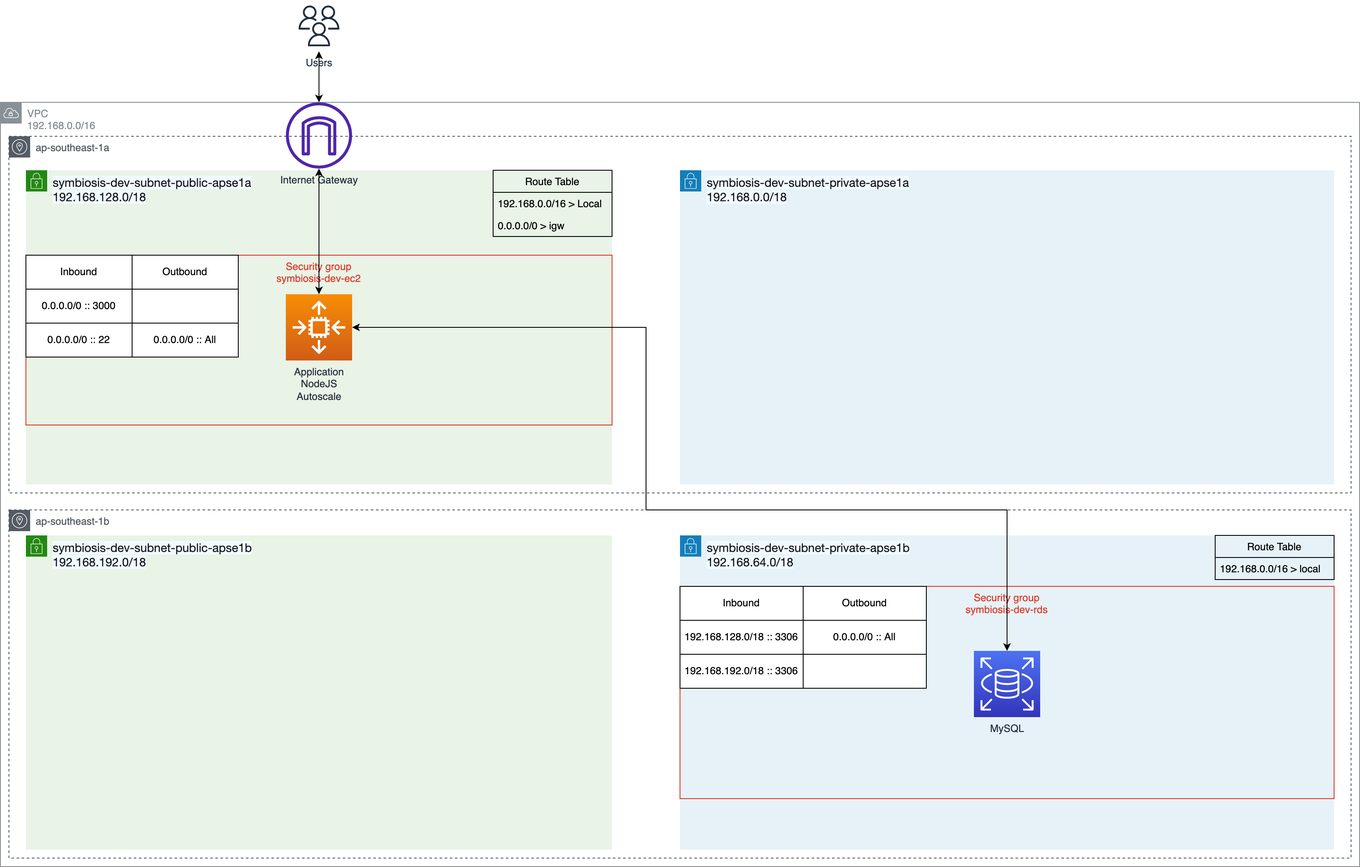
The draw.io diagram diagram/symbiosis_infra_current.drawio.png in wathian/devops_playground, before a commit. Source tidied: cells renumbered, new cells last; positions are measured from the earlier drawing's top-left corner, leaving out a move shared by most shapes. Its diagram source:
```xml
<mxGraphModel>
  <root>
    <mxCell id="0" />
    <mxCell id="1" parent="0" />
    <mxCell id="2" value="VPC&lt;br&gt;192.168.0.0/16" style="sketch=0;gradientColor=none;html=1;whiteSpace=wrap;fontSize=12;fontStyle=0;shape=mxgraph.aws4.group;grIcon=mxgraph.aws4.group_vpc;strokeColor=#879196;fillColor=none;verticalAlign=top;align=left;spacingLeft=30;fontColor=#879196;dashed=0;" parent="1" vertex="1">
      <mxGeometry y="120" width="1600" height="900" as="geometry" />
    </mxCell>
    <mxCell id="3" value="ap-southeast-1a" style="sketch=0;gradientColor=none;html=1;whiteSpace=wrap;fontSize=12;fontStyle=0;shape=mxgraph.aws4.group;grIcon=mxgraph.aws4.group_availability_zone;strokeColor=#545B64;fillColor=none;verticalAlign=top;align=left;spacingLeft=30;fontColor=#545B64;dashed=1;" parent="1" vertex="1">
      <mxGeometry x="10" y="160" width="1580" height="420" as="geometry" />
    </mxCell>
    <mxCell id="4" value="ap-southeast-1b" style="sketch=0;gradientColor=none;html=1;whiteSpace=wrap;fontSize=12;fontStyle=0;shape=mxgraph.aws4.group;grIcon=mxgraph.aws4.group_availability_zone;strokeColor=#545B64;fillColor=none;verticalAlign=top;align=left;spacingLeft=30;fontColor=#545B64;dashed=1;" parent="1" vertex="1">
      <mxGeometry x="10" y="600" width="1580" height="410" as="geometry" />
    </mxCell>
    <mxCell id="5" value="&lt;span style=&quot;color: rgb(22 , 25 , 31) ; font-family: &amp;#34;amazon ember&amp;#34; , &amp;#34;helvetica neue&amp;#34; , &amp;#34;roboto&amp;#34; , &amp;#34;arial&amp;#34; , sans-serif ; font-size: 14px ; background-color: rgb(241 , 250 , 255)&quot;&gt;symbiosis-dev-subnet-public-apse1a&lt;br&gt;&lt;/span&gt;&lt;span style=&quot;color: rgb(22 , 25 , 31) ; font-family: &amp;#34;amazon ember&amp;#34; , &amp;#34;helvetica neue&amp;#34; , &amp;#34;roboto&amp;#34; , &amp;#34;arial&amp;#34; , sans-serif ; font-size: 14px ; background-color: rgb(241 , 250 , 255)&quot;&gt;192.168.128.0/18&lt;/span&gt;&lt;span style=&quot;color: rgb(22 , 25 , 31) ; font-family: &amp;#34;amazon ember&amp;#34; , &amp;#34;helvetica neue&amp;#34; , &amp;#34;roboto&amp;#34; , &amp;#34;arial&amp;#34; , sans-serif ; font-size: 14px ; background-color: rgb(241 , 250 , 255)&quot;&gt;&lt;br&gt;&lt;/span&gt;" style="gradientColor=none;html=1;whiteSpace=wrap;fontSize=12;fontStyle=0;shape=mxgraph.aws4.group;grIcon=mxgraph.aws4.group_security_group;grStroke=0;strokeColor=#248814;fillColor=#E9F3E6;verticalAlign=top;align=left;spacingLeft=30;fontColor=#248814;dashed=0;" parent="1" vertex="1">
      <mxGeometry x="30" y="200" width="690" height="370" as="geometry" />
    </mxCell>
    <mxCell id="6" value="Security group&#10;symbiosis-dev-ec2" style="fillColor=none;strokeColor=#DD3522;verticalAlign=top;fontStyle=0;fontColor=#DD3522;" parent="5" vertex="1">
      <mxGeometry y="100" width="690" height="200" as="geometry" />
    </mxCell>
    <mxCell id="7" value="Application&lt;br&gt;NodeJS&lt;br&gt;Autoscale" style="sketch=0;points=[[0,0,0],[0.25,0,0],[0.5,0,0],[0.75,0,0],[1,0,0],[0,1,0],[0.25,1,0],[0.5,1,0],[0.75,1,0],[1,1,0],[0,0.25,0],[0,0.5,0],[0,0.75,0],[1,0.25,0],[1,0.5,0],[1,0.75,0]];outlineConnect=0;fontColor=#232F3E;gradientColor=#F78E04;gradientDirection=north;fillColor=#D05C17;strokeColor=#ffffff;dashed=0;verticalLabelPosition=bottom;verticalAlign=top;align=center;html=1;fontSize=12;fontStyle=0;shape=mxgraph.aws4.resourceIcon;resIcon=mxgraph.aws4.auto_scaling2;" parent="5" vertex="1">
      <mxGeometry x="306" y="146" width="78" height="78" as="geometry" />
    </mxCell>
    <mxCell id="8" value="&lt;span style=&quot;color: rgb(22 , 25 , 31) ; font-family: &amp;#34;amazon ember&amp;#34; , &amp;#34;helvetica neue&amp;#34; , &amp;#34;roboto&amp;#34; , &amp;#34;arial&amp;#34; , sans-serif ; font-size: 14px ; background-color: rgb(241 , 250 , 255)&quot;&gt;symbiosis-dev-subnet-private-apse1a&lt;br&gt;&lt;/span&gt;&lt;span style=&quot;color: rgb(22 , 25 , 31) ; font-family: &amp;#34;amazon ember&amp;#34; , &amp;#34;helvetica neue&amp;#34; , &amp;#34;roboto&amp;#34; , &amp;#34;arial&amp;#34; , sans-serif ; font-size: 14px ; background-color: rgb(241 , 250 , 255)&quot;&gt;192.168.0.0/18&lt;/span&gt;&lt;span style=&quot;color: rgb(22 , 25 , 31) ; font-family: &amp;#34;amazon ember&amp;#34; , &amp;#34;helvetica neue&amp;#34; , &amp;#34;roboto&amp;#34; , &amp;#34;arial&amp;#34; , sans-serif ; font-size: 14px ; background-color: rgb(241 , 250 , 255)&quot;&gt;&lt;br&gt;&lt;/span&gt;" style="gradientColor=none;html=1;whiteSpace=wrap;fontSize=12;fontStyle=0;shape=mxgraph.aws4.group;grIcon=mxgraph.aws4.group_security_group;grStroke=0;strokeColor=#147EBA;fillColor=#E6F2F8;verticalAlign=top;align=left;spacingLeft=30;fontColor=#147EBA;dashed=0;" parent="1" vertex="1">
      <mxGeometry x="800" y="200" width="770" height="370" as="geometry" />
    </mxCell>
    <mxCell id="9" value="&lt;span style=&quot;color: rgb(22 , 25 , 31) ; font-family: &amp;#34;amazon ember&amp;#34; , &amp;#34;helvetica neue&amp;#34; , &amp;#34;roboto&amp;#34; , &amp;#34;arial&amp;#34; , sans-serif ; font-size: 14px ; background-color: rgb(241 , 250 , 255)&quot;&gt;symbiosis-dev-subnet-public-apse1b&lt;br&gt;&lt;/span&gt;&lt;span style=&quot;color: rgb(22 , 25 , 31) ; font-family: &amp;#34;amazon ember&amp;#34; , &amp;#34;helvetica neue&amp;#34; , &amp;#34;roboto&amp;#34; , &amp;#34;arial&amp;#34; , sans-serif ; font-size: 14px ; background-color: rgb(241 , 250 , 255)&quot;&gt;192.168.192.0/18&lt;/span&gt;&lt;span style=&quot;color: rgb(22 , 25 , 31) ; font-family: &amp;#34;amazon ember&amp;#34; , &amp;#34;helvetica neue&amp;#34; , &amp;#34;roboto&amp;#34; , &amp;#34;arial&amp;#34; , sans-serif ; font-size: 14px ; background-color: rgb(241 , 250 , 255)&quot;&gt;&lt;br&gt;&lt;/span&gt;" style="gradientColor=none;html=1;whiteSpace=wrap;fontSize=12;fontStyle=0;shape=mxgraph.aws4.group;grIcon=mxgraph.aws4.group_security_group;grStroke=0;strokeColor=#248814;fillColor=#E9F3E6;verticalAlign=top;align=left;spacingLeft=30;fontColor=#248814;dashed=0;" parent="1" vertex="1">
      <mxGeometry x="30" y="630" width="690" height="370" as="geometry" />
    </mxCell>
    <mxCell id="10" value="&lt;span style=&quot;color: rgb(22 , 25 , 31) ; font-family: &amp;#34;amazon ember&amp;#34; , &amp;#34;helvetica neue&amp;#34; , &amp;#34;roboto&amp;#34; , &amp;#34;arial&amp;#34; , sans-serif ; font-size: 14px ; background-color: rgb(241 , 250 , 255)&quot;&gt;symbiosis-dev-subnet-private-apse1b&lt;br&gt;&lt;/span&gt;&lt;span style=&quot;color: rgb(22 , 25 , 31) ; font-family: &amp;#34;amazon ember&amp;#34; , &amp;#34;helvetica neue&amp;#34; , &amp;#34;roboto&amp;#34; , &amp;#34;arial&amp;#34; , sans-serif ; font-size: 14px ; background-color: rgb(241 , 250 , 255)&quot;&gt;192.168.64.0/18&lt;/span&gt;&lt;span style=&quot;color: rgb(22 , 25 , 31) ; font-family: &amp;#34;amazon ember&amp;#34; , &amp;#34;helvetica neue&amp;#34; , &amp;#34;roboto&amp;#34; , &amp;#34;arial&amp;#34; , sans-serif ; font-size: 14px ; background-color: rgb(241 , 250 , 255)&quot;&gt;&lt;br&gt;&lt;/span&gt;" style="gradientColor=none;html=1;whiteSpace=wrap;fontSize=12;fontStyle=0;shape=mxgraph.aws4.group;grIcon=mxgraph.aws4.group_security_group;grStroke=0;strokeColor=#147EBA;fillColor=#E6F2F8;verticalAlign=top;align=left;spacingLeft=30;fontColor=#147EBA;dashed=0;" parent="1" vertex="1">
      <mxGeometry x="800" y="630" width="770" height="370" as="geometry" />
    </mxCell>
    <mxCell id="11" value="Security group&#10;symbiosis-dev-rds" style="fillColor=none;strokeColor=#DD3522;verticalAlign=top;fontStyle=0;fontColor=#DD3522;" parent="10" vertex="1">
      <mxGeometry y="60" width="770" height="250" as="geometry" />
    </mxCell>
    <mxCell id="12" value="MySQL" style="sketch=0;points=[[0,0,0],[0.25,0,0],[0.5,0,0],[0.75,0,0],[1,0,0],[0,1,0],[0.25,1,0],[0.5,1,0],[0.75,1,0],[1,1,0],[0,0.25,0],[0,0.5,0],[0,0.75,0],[1,0.25,0],[1,0.5,0],[1,0.75,0]];outlineConnect=0;fontColor=#232F3E;gradientColor=#4D72F3;gradientDirection=north;fillColor=#3334B9;strokeColor=#ffffff;dashed=0;verticalLabelPosition=bottom;verticalAlign=top;align=center;html=1;fontSize=12;fontStyle=0;shape=mxgraph.aws4.resourceIcon;resIcon=mxgraph.aws4.rds;" parent="10" vertex="1">
      <mxGeometry x="346" y="136" width="78" height="78" as="geometry" />
    </mxCell>
    <mxCell id="13" style="shape=table;html=1;whiteSpace=wrap;startSize=0;" parent="10" vertex="1">
      <mxGeometry y="60" width="290" height="120" as="geometry" />
    </mxCell>
    <mxCell id="14" style="shape=tableRow;horizontal=0;startSize=0;swimlaneHead=0;swimlaneBody=0;top=0;left=0;bottom=0;right=0;fillColor=none;" parent="13" vertex="1">
      <mxGeometry width="290" height="40" as="geometry" />
    </mxCell>
    <mxCell id="15" value="Inbound" style="shape=partialRectangle;html=1;whiteSpace=wrap;fillColor=none;top=0;left=0;bottom=0;right=0;overflow=hidden;" parent="14" vertex="1">
      <mxGeometry width="145" height="40" as="geometry" />
    </mxCell>
    <mxCell id="16" value="Outbound" style="shape=partialRectangle;html=1;whiteSpace=wrap;fillColor=none;top=0;left=0;bottom=0;right=0;overflow=hidden;" parent="14" vertex="1">
      <mxGeometry x="145" width="145" height="40" as="geometry" />
    </mxCell>
    <mxCell id="17" style="shape=tableRow;horizontal=0;startSize=0;swimlaneHead=0;swimlaneBody=0;top=0;left=0;bottom=0;right=0;fillColor=none;" parent="13" vertex="1">
      <mxGeometry y="40" width="290" height="40" as="geometry" />
    </mxCell>
    <mxCell id="18" value="192.168.128.0/18 :: 3306" style="shape=partialRectangle;html=1;whiteSpace=wrap;fillColor=none;top=0;left=0;bottom=0;right=0;overflow=hidden;" parent="17" vertex="1">
      <mxGeometry width="145" height="40" as="geometry" />
    </mxCell>
    <mxCell id="19" value="0.0.0.0/0 :: All" style="shape=partialRectangle;html=1;whiteSpace=wrap;fillColor=none;top=0;left=0;bottom=0;right=0;overflow=hidden;" parent="17" vertex="1">
      <mxGeometry x="145" width="145" height="40" as="geometry" />
    </mxCell>
    <mxCell id="20" style="shape=tableRow;horizontal=0;startSize=0;swimlaneHead=0;swimlaneBody=0;top=0;left=0;bottom=0;right=0;fillColor=none;" parent="13" vertex="1">
      <mxGeometry y="80" width="290" height="40" as="geometry" />
    </mxCell>
    <mxCell id="21" value="192.168.192.0/18 :: 3306" style="shape=partialRectangle;html=1;whiteSpace=wrap;fillColor=none;top=0;left=0;bottom=0;right=0;overflow=hidden;" parent="20" vertex="1">
      <mxGeometry width="145" height="40" as="geometry" />
    </mxCell>
    <mxCell id="22" style="shape=partialRectangle;html=1;whiteSpace=wrap;fillColor=none;top=0;left=0;bottom=0;right=0;overflow=hidden;" parent="20" vertex="1">
      <mxGeometry x="145" width="145" height="40" as="geometry" />
    </mxCell>
    <mxCell id="23" value="Route Table" style="swimlane;fontStyle=0;horizontal=1;startSize=26;fillColor=none;" parent="1" vertex="1">
      <mxGeometry x="580" y="200" width="140" height="78" as="geometry" />
    </mxCell>
    <mxCell id="24" value="192.168.0.0/16 &gt; Local" style="text;strokeColor=none;fillColor=none;align=left;verticalAlign=top;spacingLeft=4;spacingRight=4;overflow=hidden;" parent="23" vertex="1">
      <mxGeometry y="26" width="140" height="26" as="geometry" />
    </mxCell>
    <mxCell id="25" value="0.0.0.0/0 &gt; igw" style="text;strokeColor=none;fillColor=none;align=left;verticalAlign=top;spacingLeft=4;spacingRight=4;overflow=hidden;" parent="23" vertex="1">
      <mxGeometry y="52" width="140" height="26" as="geometry" />
    </mxCell>
    <mxCell id="26" value="Route Table" style="swimlane;fontStyle=0;horizontal=1;startSize=26;fillColor=none;" parent="1" vertex="1">
      <mxGeometry x="1430" y="630" width="140" height="52" as="geometry" />
    </mxCell>
    <mxCell id="27" value="192.168.0.0/16 &gt; local" style="text;strokeColor=none;fillColor=none;align=left;verticalAlign=top;spacingLeft=4;spacingRight=4;overflow=hidden;" parent="26" vertex="1">
      <mxGeometry y="26" width="140" height="26" as="geometry" />
    </mxCell>
    <mxCell id="28" style="edgeStyle=orthogonalEdgeStyle;rounded=0;jettySize=auto;html=1;entryX=0.5;entryY=0;entryDx=0;entryDy=0;entryPerimeter=0;startArrow=classic;startFill=1;" parent="1" edge="1" source="7" target="12">
      <mxGeometry relative="1" as="geometry">
        <Array as="points">
          <mxPoint x="760" y="385" />
          <mxPoint x="760" y="600" />
          <mxPoint x="1185" y="600" />
        </Array>
      </mxGeometry>
    </mxCell>
    <mxCell id="29" style="shape=table;html=1;whiteSpace=wrap;startSize=0;" parent="1" vertex="1">
      <mxGeometry x="30" y="300" width="250" height="120" as="geometry" />
    </mxCell>
    <mxCell id="30" style="shape=tableRow;horizontal=0;startSize=0;swimlaneHead=0;swimlaneBody=0;top=0;left=0;bottom=0;right=0;fillColor=none;" parent="29" vertex="1">
      <mxGeometry width="250" height="40" as="geometry" />
    </mxCell>
    <mxCell id="31" value="Inbound" style="shape=partialRectangle;html=1;whiteSpace=wrap;fillColor=none;top=0;left=0;bottom=0;right=0;overflow=hidden;" parent="30" vertex="1">
      <mxGeometry width="125" height="40" as="geometry" />
    </mxCell>
    <mxCell id="32" value="Outbound" style="shape=partialRectangle;html=1;whiteSpace=wrap;fillColor=none;top=0;left=0;bottom=0;right=0;overflow=hidden;" parent="30" vertex="1">
      <mxGeometry x="125" width="125" height="40" as="geometry" />
    </mxCell>
    <mxCell id="33" style="shape=tableRow;horizontal=0;startSize=0;swimlaneHead=0;swimlaneBody=0;top=0;left=0;bottom=0;right=0;fillColor=none;" parent="29" vertex="1">
      <mxGeometry y="40" width="250" height="40" as="geometry" />
    </mxCell>
    <mxCell id="34" value="0.0.0.0/0 :: 3000" style="shape=partialRectangle;html=1;whiteSpace=wrap;fillColor=none;top=0;left=0;bottom=0;right=0;overflow=hidden;" parent="33" vertex="1">
      <mxGeometry width="125" height="40" as="geometry" />
    </mxCell>
    <mxCell id="35" style="shape=partialRectangle;html=1;whiteSpace=wrap;fillColor=none;top=0;left=0;bottom=0;right=0;overflow=hidden;" parent="33" vertex="1">
      <mxGeometry x="125" width="125" height="40" as="geometry" />
    </mxCell>
    <mxCell id="36" style="shape=tableRow;horizontal=0;startSize=0;swimlaneHead=0;swimlaneBody=0;top=0;left=0;bottom=0;right=0;fillColor=none;" parent="29" vertex="1">
      <mxGeometry y="80" width="250" height="40" as="geometry" />
    </mxCell>
    <mxCell id="37" value="0.0.0.0/0 :: 22" style="shape=partialRectangle;html=1;whiteSpace=wrap;fillColor=none;top=0;left=0;bottom=0;right=0;overflow=hidden;" parent="36" vertex="1">
      <mxGeometry width="125" height="40" as="geometry" />
    </mxCell>
    <mxCell id="38" value="0.0.0.0/0 :: All" style="shape=partialRectangle;html=1;whiteSpace=wrap;fillColor=none;top=0;left=0;bottom=0;right=0;overflow=hidden;" parent="36" vertex="1">
      <mxGeometry x="125" width="125" height="40" as="geometry" />
    </mxCell>
    <mxCell id="39" style="edgeStyle=orthogonalEdgeStyle;rounded=0;jettySize=auto;html=1;startArrow=classic;startFill=1;" parent="1" edge="1" source="40" target="42">
      <mxGeometry relative="1" as="geometry" />
    </mxCell>
    <mxCell id="40" value="Internet Gateway" style="sketch=0;outlineConnect=0;fontColor=#232F3E;gradientColor=none;fillColor=#4D27AA;strokeColor=none;dashed=0;verticalLabelPosition=bottom;verticalAlign=top;align=center;html=1;fontSize=12;fontStyle=0;shape=mxgraph.aws4.internet_gateway;" parent="1" vertex="1">
      <mxGeometry x="336" y="120" width="78" height="78" as="geometry" />
    </mxCell>
    <mxCell id="41" style="edgeStyle=orthogonalEdgeStyle;rounded=0;jettySize=auto;html=1;startArrow=classic;startFill=1;" parent="1" edge="1" source="7" target="40">
      <mxGeometry relative="1" as="geometry" />
    </mxCell>
    <mxCell id="42" value="Users" style="sketch=0;outlineConnect=0;fontColor=#232F3E;gradientColor=none;strokeColor=#232F3E;fillColor=#ffffff;dashed=0;verticalLabelPosition=bottom;verticalAlign=top;align=center;html=1;fontSize=12;fontStyle=0;shape=mxgraph.aws4.resourceIcon;resIcon=mxgraph.aws4.users;" parent="1" vertex="1">
      <mxGeometry x="345" width="60" height="60" as="geometry" />
    </mxCell>
  </root>
</mxGraphModel>
```
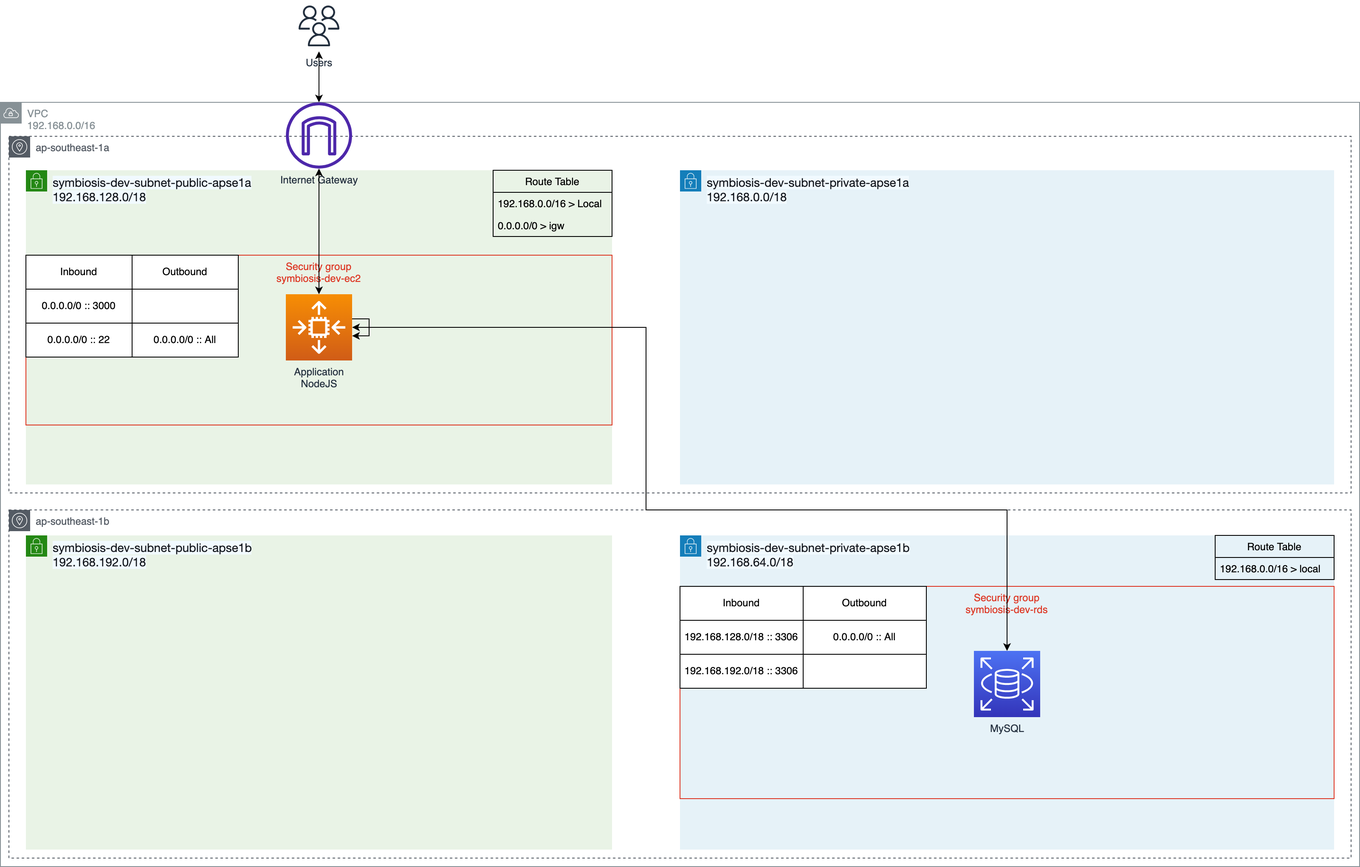
Above is the later version.

What changed in the source:
```diff
@@ -17,9 +17,12 @@
     <mxCell id="6" value="Security group&#10;symbiosis-dev-ec2" style="fillColor=none;strokeColor=#DD3522;verticalAlign=top;fontStyle=0;fontColor=#DD3522;" parent="5" vertex="1">
       <mxGeometry y="100" width="690" height="200" as="geometry" />
     </mxCell>
-    <mxCell id="7" value="Application&lt;br&gt;NodeJS&lt;br&gt;Autoscale" style="sketch=0;points=[[0,0,0],[0.25,0,0],[0.5,0,0],[0.75,0,0],[1,0,0],[0,1,0],[0.25,1,0],[0.5,1,0],[0.75,1,0],[1,1,0],[0,0.25,0],[0,0.5,0],[0,0.75,0],[1,0.25,0],[1,0.5,0],[1,0.75,0]];outlineConnect=0;fontColor=#232F3E;gradientColor=#F78E04;gradientDirection=north;fillColor=#D05C17;strokeColor=#ffffff;dashed=0;verticalLabelPosition=bottom;verticalAlign=top;align=center;html=1;fontSize=12;fontStyle=0;shape=mxgraph.aws4.resourceIcon;resIcon=mxgraph.aws4.auto_scaling2;" parent="5" vertex="1">
+    <mxCell id="7" value="Application&lt;br&gt;NodeJS" style="sketch=0;points=[[0,0,0],[0.25,0,0],[0.5,0,0],[0.75,0,0],[1,0,0],[0,1,0],[0.25,1,0],[0.5,1,0],[0.75,1,0],[1,1,0],[0,0.25,0],[0,0.5,0],[0,0.75,0],[1,0.25,0],[1,0.5,0],[1,0.75,0]];outlineConnect=0;fontColor=#232F3E;gradientColor=#F78E04;gradientDirection=north;fillColor=#D05C17;strokeColor=#ffffff;dashed=0;verticalLabelPosition=bottom;verticalAlign=top;align=center;html=1;fontSize=12;fontStyle=0;shape=mxgraph.aws4.resourceIcon;resIcon=mxgraph.aws4.auto_scaling2;" parent="5" vertex="1">
       <mxGeometry x="306" y="146" width="78" height="78" as="geometry" />
     </mxCell>
+    <mxCell id="43" style="edgeStyle=orthogonalEdgeStyle;rounded=0;orthogonalLoop=1;jettySize=auto;html=1;" parent="5" edge="1" source="7" target="7">
+      <mxGeometry relative="1" as="geometry" />
+    </mxCell>
     <mxCell id="8" value="&lt;span style=&quot;color: rgb(22 , 25 , 31) ; font-family: &amp;#34;amazon ember&amp;#34; , &amp;#34;helvetica neue&amp;#34; , &amp;#34;roboto&amp;#34; , &amp;#34;arial&amp;#34; , sans-serif ; font-size: 14px ; background-color: rgb(241 , 250 , 255)&quot;&gt;symbiosis-dev-subnet-private-apse1a&lt;br&gt;&lt;/span&gt;&lt;span style=&quot;color: rgb(22 , 25 , 31) ; font-family: &amp;#34;amazon ember&amp;#34; , &amp;#34;helvetica neue&amp;#34; , &amp;#34;roboto&amp;#34; , &amp;#34;arial&amp;#34; , sans-serif ; font-size: 14px ; background-color: rgb(241 , 250 , 255)&quot;&gt;192.168.0.0/18&lt;/span&gt;&lt;span style=&quot;color: rgb(22 , 25 , 31) ; font-family: &amp;#34;amazon ember&amp;#34; , &amp;#34;helvetica neue&amp;#34; , &amp;#34;roboto&amp;#34; , &amp;#34;arial&amp;#34; , sans-serif ; font-size: 14px ; background-color: rgb(241 , 250 , 255)&quot;&gt;&lt;br&gt;&lt;/span&gt;" style="gradientColor=none;html=1;whiteSpace=wrap;fontSize=12;fontStyle=0;shape=mxgraph.aws4.group;grIcon=mxgraph.aws4.group_security_group;grStroke=0;strokeColor=#147EBA;fillColor=#E6F2F8;verticalAlign=top;align=left;spacingLeft=30;fontColor=#147EBA;dashed=0;" parent="1" vertex="1">
       <mxGeometry x="800" y="200" width="770" height="370" as="geometry" />
     </mxCell>
```
